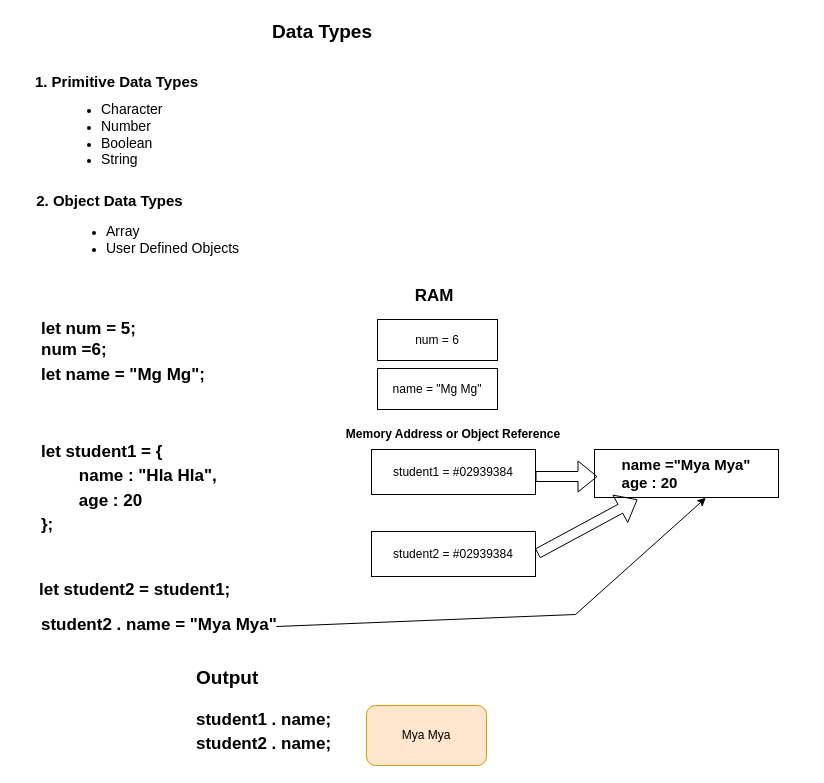
Above: page "Object Reference" (11 of 13) of JS Client Server.drawio in phyowaihtoon/JavaScriptCourse-Batch1 (draw.io), before the change. Source tidied: cells renumbered, new cells numbered last; positions are measured from the earlier drawing's top-left corner, leaving out a move shared by most shapes. Both pictures are drawn from the tidied source at 100%, with x=0, y=0 at pixel (17, 17).
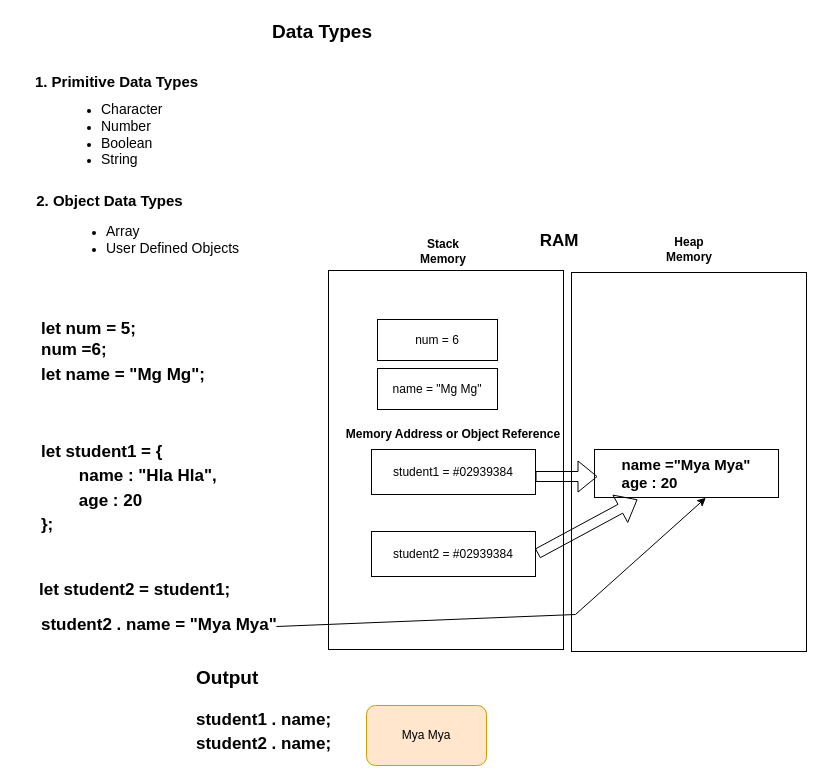
The same diagram, later.

Change to the diagram source:
```diff
@@
+    <mxCell id="26" style="rounded=0;whiteSpace=wrap;html=1;" parent="1" vertex="1">
+      <mxGeometry x="554" y="255" width="235" height="379" as="geometry" />
+    </mxCell>
+    <mxCell id="27" style="rounded=0;whiteSpace=wrap;html=1;" parent="1" vertex="1">
+      <mxGeometry x="311" y="253" width="235" height="379" as="geometry" />
+    </mxCell>
@@
     <mxCell id="9" value="RAM" style="text;html=1;whiteSpace=wrap;strokeColor=none;fillColor=none;align=center;verticalAlign=middle;rounded=0;fontStyle=1;fontSize=17;" parent="1" vertex="1">
-      <mxGeometry x="387" y="264" width="60" height="30" as="geometry" />
+      <mxGeometry x="512" y="209" width="60" height="30" as="geometry" />
     </mxCell>
@@
+    <mxCell id="28" value="Heap Memory" style="text;html=1;whiteSpace=wrap;strokeColor=none;fillColor=none;align=center;verticalAlign=middle;rounded=0;fontStyle=1;" parent="1" vertex="1">
+      <mxGeometry x="641.5" y="217" width="60" height="30" as="geometry" />
+    </mxCell>
+    <mxCell id="29" value="Stack Memory" style="text;html=1;whiteSpace=wrap;strokeColor=none;fillColor=none;align=center;verticalAlign=middle;rounded=0;fontStyle=1;" parent="1" vertex="1">
+      <mxGeometry x="396" y="219" width="60" height="30" as="geometry" />
+    </mxCell>
```
